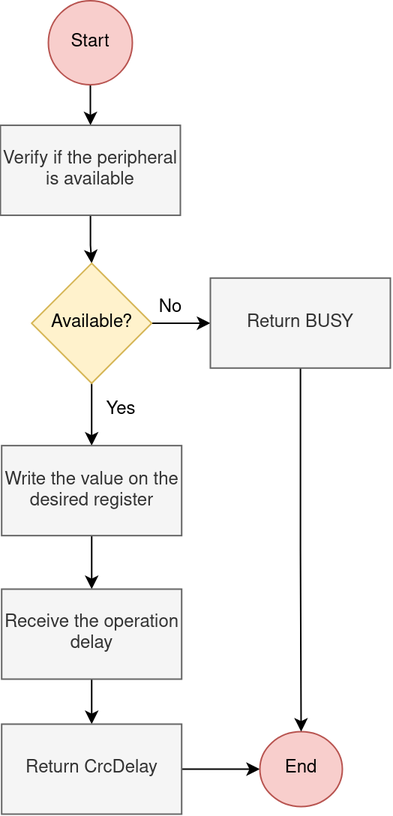
The draw.io diagram Images/CrcWriteFunction.png in HugoRibeiro-A88287-UM/MasterThesis, before a commit. Source tidied: cells renumbered, new cells last; positions are measured from the earlier drawing's top-left corner, leaving out a move shared by most shapes.
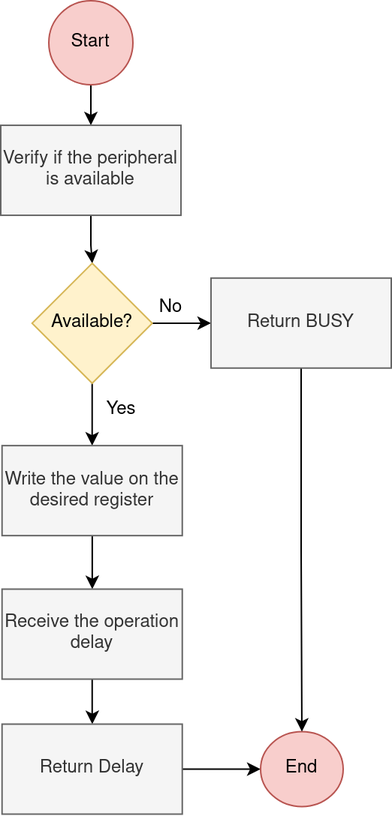
After the change.

Change to the diagram source:
```diff
@@ -21,25 +21,25 @@
       <mxGeometry relative="1" as="geometry" />
     </mxCell>
     <mxCell id="8" value="Available?" style="rhombus;whiteSpace=wrap;html=1;fillColor=#fff2cc;strokeColor=#d6b656;" parent="1" vertex="1">
-      <mxGeometry x="20.6" y="175" width="80" height="80" as="geometry" />
+      <mxGeometry x="20.7" y="175" width="80" height="80" as="geometry" />
     </mxCell>
     <mxCell id="9" style="edgeStyle=orthogonalEdgeStyle;rounded=0;jettySize=auto;html=1;" parent="1" edge="1" source="10" target="12">
       <mxGeometry relative="1" as="geometry" />
     </mxCell>
     <mxCell id="10" value="Write the value on the desired register" style="whiteSpace=wrap;html=1;fillColor=#f5f5f5;fontColor=#333333;strokeColor=#666666;" parent="1" vertex="1">
-      <mxGeometry x="0.6" y="296.6" width="120" height="60" as="geometry" />
+      <mxGeometry x="0.7" y="296.6" width="120" height="60" as="geometry" />
     </mxCell>
     <mxCell id="11" style="edgeStyle=orthogonalEdgeStyle;rounded=0;jettySize=auto;html=1;" parent="1" edge="1" source="12" target="14">
       <mxGeometry relative="1" as="geometry" />
     </mxCell>
     <mxCell id="12" value="Receive the operation delay" style="whiteSpace=wrap;html=1;fillColor=#f5f5f5;fontColor=#333333;strokeColor=#666666;" parent="1" vertex="1">
-      <mxGeometry x="0.6" y="392.2" width="120" height="60" as="geometry" />
+      <mxGeometry x="0.7" y="392.2" width="120" height="60" as="geometry" />
     </mxCell>
     <mxCell id="13" style="edgeStyle=orthogonalEdgeStyle;rounded=0;jettySize=auto;html=1;" parent="1" edge="1" source="14" target="15">
       <mxGeometry relative="1" as="geometry" />
     </mxCell>
-    <mxCell id="14" value="Return CrcDelay" style="whiteSpace=wrap;html=1;fillColor=#f5f5f5;fontColor=#333333;strokeColor=#666666;" parent="1" vertex="1">
-      <mxGeometry x="0.6" y="482.2" width="120" height="60" as="geometry" />
+    <mxCell id="14" value="Return Delay" style="whiteSpace=wrap;html=1;fillColor=#f5f5f5;fontColor=#333333;strokeColor=#666666;" parent="1" vertex="1">
+      <mxGeometry x="0.7" y="482.2" width="120" height="60" as="geometry" />
     </mxCell>
     <mxCell id="15" value="End" style="ellipse;whiteSpace=wrap;html=1;fillColor=#f8cecc;strokeColor=#b85450;" parent="1" vertex="1">
       <mxGeometry x="172.8" y="487.2" width="55" height="50" as="geometry" />
@@ -54,7 +54,7 @@
       <mxGeometry x="59.8" y="258.2" width="40" height="30" as="geometry" />
     </mxCell>
     <mxCell id="19" value="No" style="text;html=1;align=center;verticalAlign=middle;strokeColor=none;fillColor=none;" parent="1" vertex="1">
-      <mxGeometry x="93" y="189.9" width="40" height="30" as="geometry" />
+      <mxGeometry x="93.1" y="189.9" width="40" height="30" as="geometry" />
     </mxCell>
   </root>
 </mxGraphModel>
```
